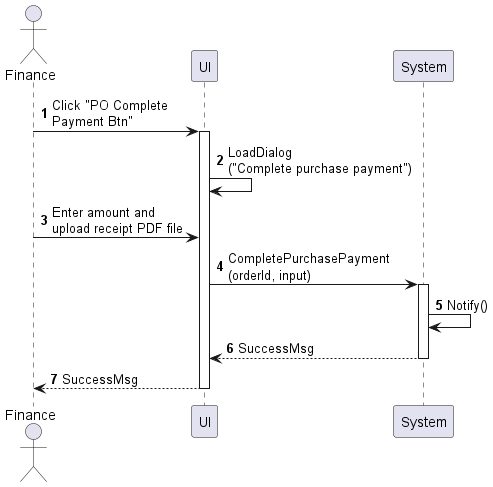
Above: sequences/purchase-order-complete-payment.png in phihungha/scmss-reqs (PlantUML), before the change.
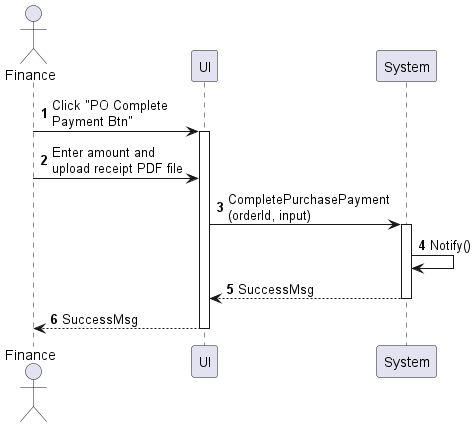
After the commit.

Change to the diagram source:
```diff
@@ -7,7 +7,6 @@
 
 a -> f : Click "PO Complete\nPayment Btn"
 activate f
-f -> f : LoadDialog\n("Complete purchase payment")
 a -> f : Enter amount and\nupload receipt PDF file
 f -> b : CompletePurchasePayment\n(orderId, input)
 activate b
```
